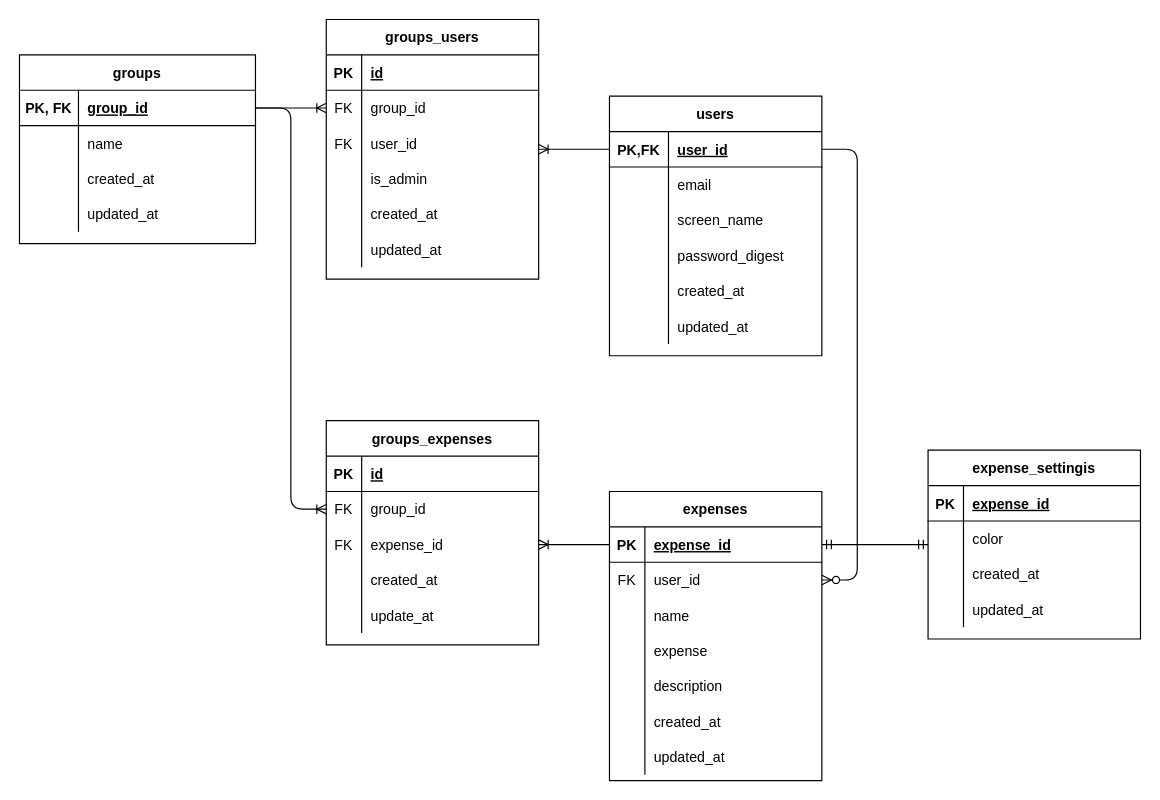
Earlier version of the draw.io diagram design/ERdiagram.dio (dOwOd/Expenses_Log_App). Source tidied: cells renumbered, new cells numbered last; positions are measured from the earlier drawing's top-left corner, leaving out a move shared by most shapes. Both pictures are drawn from the tidied source at 118%, with x=0, y=0 at pixel (19, 19).
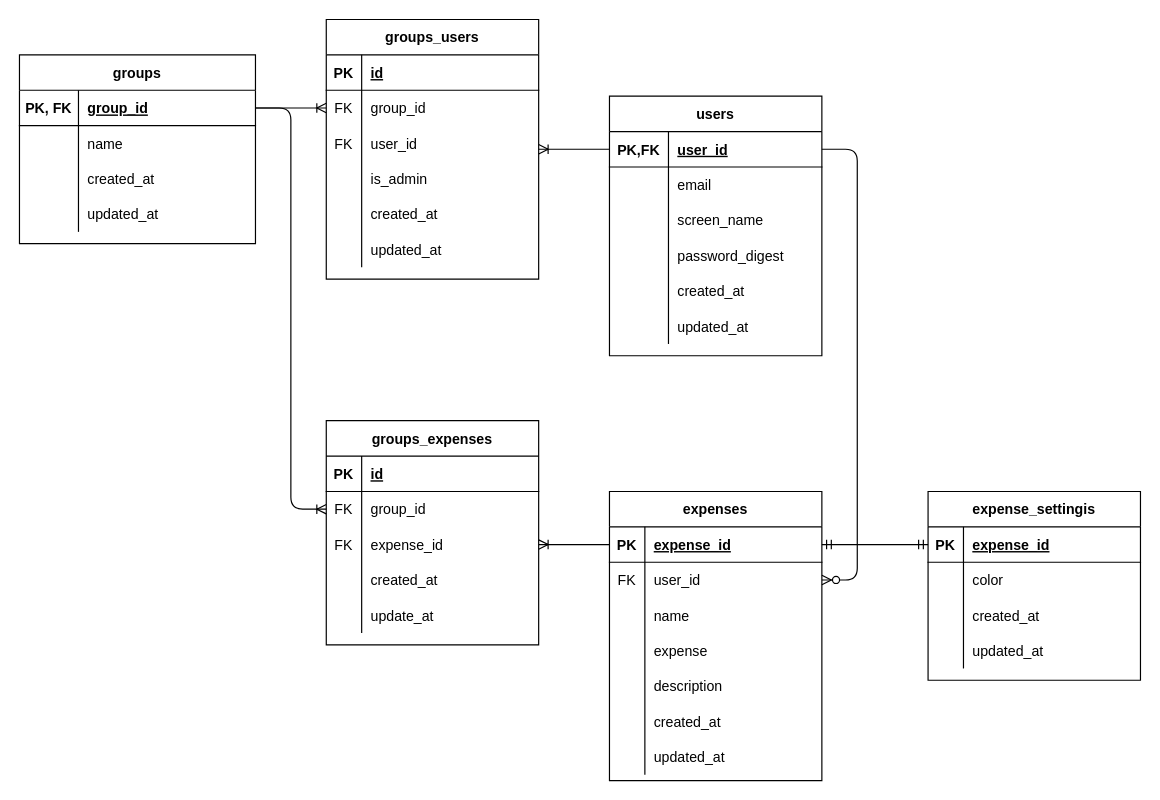
After the change.

The change refers to these unchanged cells:
```xml
<mxCell id="5" value="expense_settingis" style="shape=table;startSize=30;childLayout=tableLayout;rowLines=0;fontStyle=1;align=center;rounded=0;" parent="3" vertex="1">
  <mxGeometry width="180" height="160" as="geometry" />
</mxCell>
<mxCell id="6" style="shape=partialRectangle;fillColor=none;top=0;left=0;bottom=1;right=0;points=[[0,0.5],[1,0.5]];portConstraint=eastwest;" parent="5" vertex="1">
  <mxGeometry y="30" width="180" height="30" as="geometry" />
</mxCell>
<mxCell id="53" style="shape=partialRectangle;fillColor=none;top=0;left=0;bottom=1;right=0;points=[[0,0.5],[1,0.5]];portConstraint=eastwest;" parent="52" vertex="1">
  <mxGeometry y="30" width="180" height="30" as="geometry" />
</mxCell>
```

The edit, as a diff of the source:
```diff
@@
     <mxCell id="3" style="group;" parent="1" vertex="1">
-      <mxGeometry x="770" y="365" width="180" height="160" as="geometry" />
+      <mxGeometry x="770" y="400" width="180" height="160" as="geometry" />
     </mxCell>
@@
-    <mxCell id="21" style="edgeStyle=entityRelationEdgeStyle;fontSize=12;html=1;endArrow=ERmandOne;startArrow=ERmandOne;" parent="1" edge="1" source="53" target="5">
+    <mxCell id="21" style="edgeStyle=entityRelationEdgeStyle;fontSize=12;html=1;endArrow=ERmandOne;startArrow=ERmandOne;" parent="1" edge="1" source="53" target="6">
       <mxGeometry relative="1" as="geometry" />
     </mxCell>
```
